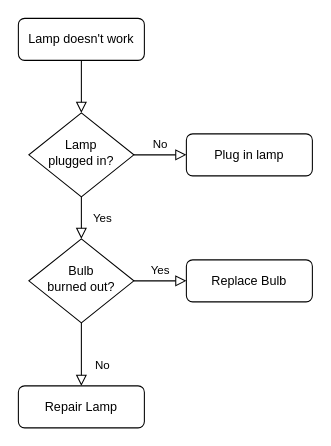
Before: Untitled Diagram.drawio in navidasadipur/Codecademy.practice.TeaCozy, a draw.io diagram. Source tidied: cells renumbered, new cells numbered last; positions are measured from the earlier drawing's top-left corner, leaving out a move shared by most shapes. Both pictures are drawn from the tidied source at 105%, with x=0, y=0 at pixel (18, 18).
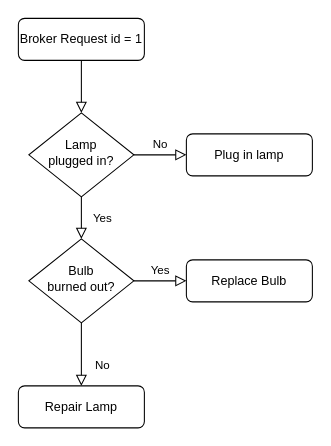
Above is the later version.

Change to the diagram source:
```diff
@@
 <mxGraphModel>
   <root>
     <mxCell id="0" />
     <mxCell id="1" parent="0" />
     <mxCell id="2" style="rounded=0;html=1;jettySize=auto;fontSize=11;endArrow=block;endFill=0;endSize=8;strokeWidth=1;shadow=0;labelBackgroundColor=none;edgeStyle=orthogonalEdgeStyle;" parent="1" edge="1" source="3" target="6">
       <mxGeometry relative="1" as="geometry" />
     </mxCell>
-    <mxCell id="3" value="Lamp doesn't work" style="rounded=1;whiteSpace=wrap;html=1;fontSize=12;glass=0;strokeWidth=1;shadow=0;" parent="1" vertex="1">
+    <mxCell id="3" value="Broker Request id = 1" style="rounded=1;whiteSpace=wrap;html=1;fontSize=12;glass=0;strokeWidth=1;shadow=0;" parent="1" vertex="1">
       <mxGeometry width="120" height="40" as="geometry" />
     </mxCell>
     <mxCell id="4" value="Yes" style="rounded=0;html=1;jettySize=auto;fontSize=11;endArrow=block;endFill=0;endSize=8;strokeWidth=1;shadow=0;labelBackgroundColor=none;edgeStyle=orthogonalEdgeStyle;" parent="1" edge="1" source="6" target="10">
       <mxGeometry y="20" relative="1" as="geometry" />
     </mxCell>
     <mxCell id="5" value="No" style="edgeStyle=orthogonalEdgeStyle;rounded=0;html=1;jettySize=auto;fontSize=11;endArrow=block;endFill=0;endSize=8;strokeWidth=1;shadow=0;labelBackgroundColor=none;" parent="1" edge="1" source="6" target="7">
       <mxGeometry y="10" relative="1" as="geometry" />
     </mxCell>
     <mxCell id="6" value="Lamp&lt;br&gt;plugged in?" style="rhombus;whiteSpace=wrap;html=1;shadow=0;fontFamily=Helvetica;fontSize=12;align=center;strokeWidth=1;spacing=6;spacingTop=-4;" parent="1" vertex="1">
       <mxGeometry x="10" y="90" width="100" height="80" as="geometry" />
     </mxCell>
     <mxCell id="7" value="Plug in lamp" style="rounded=1;whiteSpace=wrap;html=1;fontSize=12;glass=0;strokeWidth=1;shadow=0;" parent="1" vertex="1">
       <mxGeometry x="160" y="110" width="120" height="40" as="geometry" />
     </mxCell>
     <mxCell id="8" value="No" style="rounded=0;html=1;jettySize=auto;fontSize=11;endArrow=block;endFill=0;endSize=8;strokeWidth=1;shadow=0;labelBackgroundColor=none;edgeStyle=orthogonalEdgeStyle;" parent="1" edge="1" source="10" target="11">
       <mxGeometry x="0.33" y="20" relative="1" as="geometry" />
     </mxCell>
     <mxCell id="9" value="Yes" style="edgeStyle=orthogonalEdgeStyle;rounded=0;html=1;jettySize=auto;fontSize=11;endArrow=block;endFill=0;endSize=8;strokeWidth=1;shadow=0;labelBackgroundColor=none;" parent="1" edge="1" source="10" target="12">
       <mxGeometry y="10" relative="1" as="geometry" />
     </mxCell>
     <mxCell id="10" value="Bulb&lt;br&gt;burned out?" style="rhombus;whiteSpace=wrap;html=1;shadow=0;fontFamily=Helvetica;fontSize=12;align=center;strokeWidth=1;spacing=6;spacingTop=-4;" parent="1" vertex="1">
       <mxGeometry x="10" y="210" width="100" height="80" as="geometry" />
     </mxCell>
     <mxCell id="11" value="Repair Lamp" style="rounded=1;whiteSpace=wrap;html=1;fontSize=12;glass=0;strokeWidth=1;shadow=0;" parent="1" vertex="1">
       <mxGeometry y="350" width="120" height="40" as="geometry" />
     </mxCell>
     <mxCell id="12" value="Replace Bulb" style="rounded=1;whiteSpace=wrap;html=1;fontSize=12;glass=0;strokeWidth=1;shadow=0;" parent="1" vertex="1">
       <mxGeometry x="160" y="230" width="120" height="40" as="geometry" />
     </mxCell>
   </root>
 </mxGraphModel>
```
